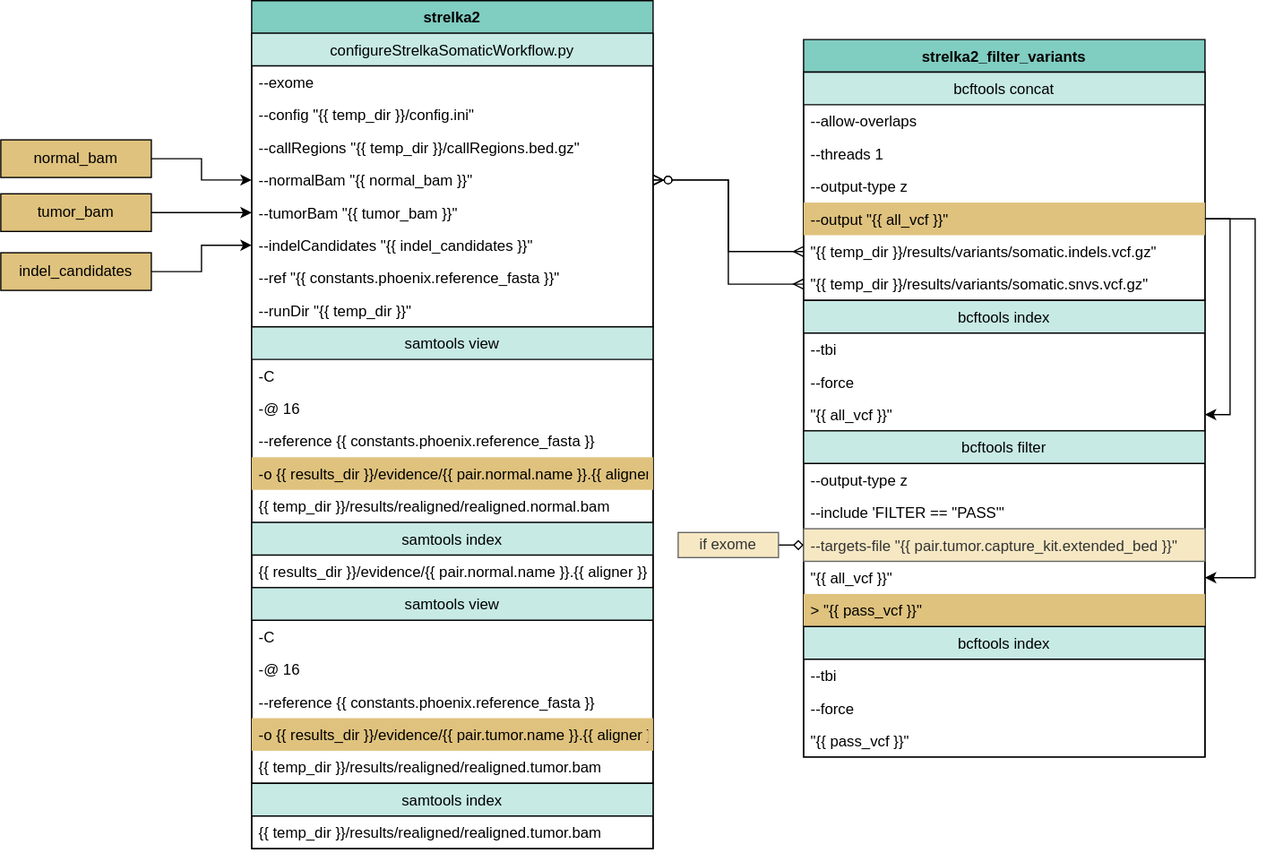
The draw.io diagram docs/source/phoenix/workflows/embed/Somatic_Strelka2.svg in bryce-turner/tgen-jetstream-docs, before a commit. Source tidied: cells renumbered, new cells last; positions are measured from the earlier drawing's top-left corner, leaving out a move shared by most shapes.
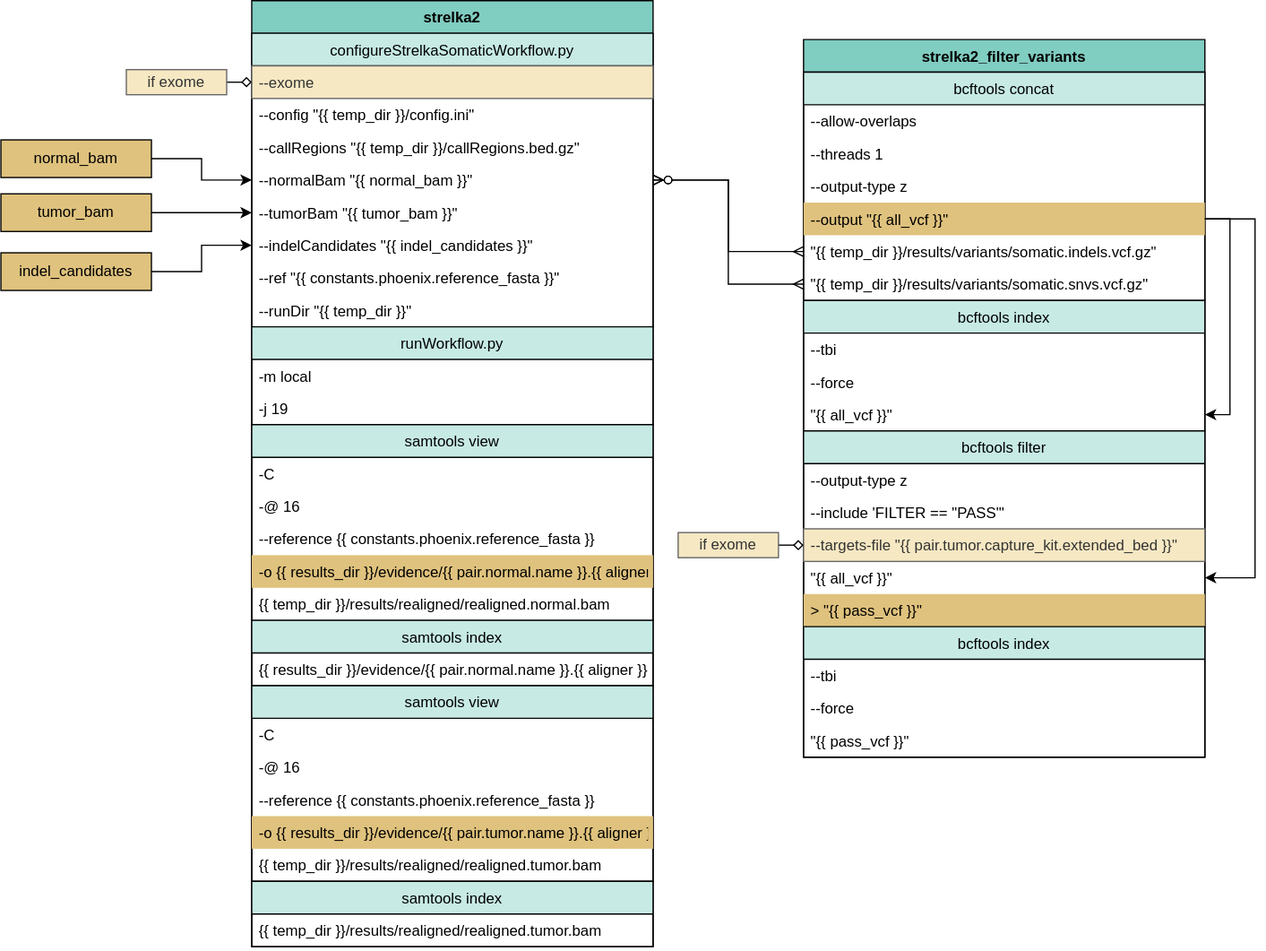
The same diagram one commit later.

What changed in the source:
```diff
@@ -2,50 +2,59 @@
   <root>
     <mxCell id="0" />
     <mxCell id="1" parent="0" />
-    <mxCell id="2" style="edgeStyle=orthogonalEdgeStyle;rounded=0;jettySize=auto;html=1;exitX=1;exitY=0.5;exitDx=0;exitDy=0;entryX=0;entryY=0.5;entryDx=0;entryDy=0;startArrow=none;startFill=0;endArrow=classic;endFill=1;" parent="1" edge="1" source="3" target="11">
+    <mxCell id="2" style="edgeStyle=orthogonalEdgeStyle;rounded=0;jettySize=auto;html=1;exitX=1;exitY=0.5;exitDx=0;exitDy=0;entryX=0;entryY=0.5;entryDx=0;entryDy=0;" parent="1" edge="1" source="3" target="11">
       <mxGeometry relative="1" as="geometry" />
     </mxCell>
     <mxCell id="3" value="normal_bam" style="whiteSpace=wrap;html=1;fillColor=#dfc27d;" parent="1" vertex="1">
       <mxGeometry y="111" width="120" height="30" as="geometry" />
     </mxCell>
-    <mxCell id="4" style="edgeStyle=orthogonalEdgeStyle;rounded=0;jettySize=auto;html=1;exitX=1;exitY=0.5;exitDx=0;exitDy=0;entryX=0;entryY=0.5;entryDx=0;entryDy=0;startArrow=none;startFill=0;endArrow=classic;endFill=1;" parent="1" edge="1" source="5" target="12">
+    <mxCell id="4" style="edgeStyle=orthogonalEdgeStyle;rounded=0;jettySize=auto;html=1;exitX=1;exitY=0.5;exitDx=0;exitDy=0;entryX=0;entryY=0.5;entryDx=0;entryDy=0;" parent="1" edge="1" source="5" target="12">
       <mxGeometry relative="1" as="geometry" />
     </mxCell>
     <mxCell id="5" value="tumor_bam" style="whiteSpace=wrap;html=1;fillColor=#dfc27d;" parent="1" vertex="1">
       <mxGeometry y="154" width="120" height="30" as="geometry" />
     </mxCell>
     <mxCell id="6" value="strelka2" style="swimlane;fontStyle=1;horizontal=1;startSize=26;fillColor=#80cdc1;direction=east;" parent="1" vertex="1">
-      <mxGeometry x="200" width="320" height="676" as="geometry" />
+      <mxGeometry x="200" width="320" height="754" as="geometry" />
     </mxCell>
-    <mxCell id="7" value="configureStrelkaSomaticWorkflow.py" style="swimlane;fontStyle=0;horizontal=1;startSize=26;fillColor=#c7eae5;" parent="6" vertex="1">
-      <mxGeometry y="26" width="320" height="234" as="geometry" />
-    </mxCell>
+    <mxCell id="62" value="configureStrelkaSomaticWorkflow.py" style="swimlane;fontStyle=0;horizontal=1;startSize=26;fillColor=#c7eae5;" parent="6" vertex="1">
+      <mxGeometry y="26" width="320" height="234" as="geometry" />
+    </mxCell>
-    <mxCell id="8" value="--exome" style="text;strokeColor=none;fillColor=none;align=left;verticalAlign=top;spacingLeft=4;spacingRight=4;overflow=hidden;points=[[0,0.5],[1,0.5]];portConstraint=eastwest;" parent="7" vertex="1">
+    <mxCell id="8" value="--exome" style="text;strokeColor=#666666;fillColor=#f6e8c3;align=left;verticalAlign=top;spacingLeft=4;spacingRight=4;overflow=hidden;points=[[0,0.5],[1,0.5]];portConstraint=eastwest;fontColor=#333333;" parent="62" vertex="1">
       <mxGeometry y="26" width="320" height="26" as="geometry" />
     </mxCell>
-    <mxCell id="9" value="--config &quot;{{ temp_dir }}/config.ini&quot;" style="text;strokeColor=none;fillColor=none;align=left;verticalAlign=top;spacingLeft=4;spacingRight=4;overflow=hidden;" parent="7" vertex="1">
+    <mxCell id="9" value="--config &quot;{{ temp_dir }}/config.ini&quot;" style="text;strokeColor=none;fillColor=none;align=left;verticalAlign=top;spacingLeft=4;spacingRight=4;overflow=hidden;" parent="62" vertex="1">
       <mxGeometry y="52" width="320" height="26" as="geometry" />
     </mxCell>
-    <mxCell id="10" value="--callRegions &quot;{{ temp_dir }}/callRegions.bed.gz&quot;" style="text;strokeColor=none;fillColor=none;align=left;verticalAlign=top;spacingLeft=4;spacingRight=4;overflow=hidden;" parent="7" vertex="1">
+    <mxCell id="10" value="--callRegions &quot;{{ temp_dir }}/callRegions.bed.gz&quot;" style="text;strokeColor=none;fillColor=none;align=left;verticalAlign=top;spacingLeft=4;spacingRight=4;overflow=hidden;" parent="62" vertex="1">
       <mxGeometry y="78" width="320" height="26" as="geometry" />
     </mxCell>
-    <mxCell id="11" value="--normalBam &quot;{{ normal_bam }}&quot;" style="text;strokeColor=none;fillColor=none;align=left;verticalAlign=top;spacingLeft=4;spacingRight=4;overflow=hidden;points=[[0,0.5],[1,0.5]];portConstraint=eastwest;" parent="7" vertex="1">
+    <mxCell id="11" value="--normalBam &quot;{{ normal_bam }}&quot;" style="text;strokeColor=none;fillColor=none;align=left;verticalAlign=top;spacingLeft=4;spacingRight=4;overflow=hidden;points=[[0,0.5],[1,0.5]];portConstraint=eastwest;" parent="62" vertex="1">
       <mxGeometry y="104" width="320" height="26" as="geometry" />
     </mxCell>
-    <mxCell id="12" value="--tumorBam &quot;{{ tumor_bam }}&quot;" style="text;strokeColor=none;fillColor=none;align=left;verticalAlign=top;spacingLeft=4;spacingRight=4;overflow=hidden;points=[[0,0.5],[1,0.5]];portConstraint=eastwest;" parent="7" vertex="1">
+    <mxCell id="12" value="--tumorBam &quot;{{ tumor_bam }}&quot;" style="text;strokeColor=none;fillColor=none;align=left;verticalAlign=top;spacingLeft=4;spacingRight=4;overflow=hidden;points=[[0,0.5],[1,0.5]];portConstraint=eastwest;" parent="62" vertex="1">
       <mxGeometry y="130" width="320" height="26" as="geometry" />
     </mxCell>
-    <mxCell id="13" value="--indelCandidates &quot;{{ indel_candidates }}&quot;" style="text;strokeColor=none;fillColor=none;align=left;verticalAlign=top;spacingLeft=4;spacingRight=4;overflow=hidden;points=[[0,0.5],[1,0.5]];portConstraint=eastwest;" parent="7" vertex="1">
+    <mxCell id="13" value="--indelCandidates &quot;{{ indel_candidates }}&quot;" style="text;strokeColor=none;fillColor=none;align=left;verticalAlign=top;spacingLeft=4;spacingRight=4;overflow=hidden;points=[[0,0.5],[1,0.5]];portConstraint=eastwest;" parent="62" vertex="1">
       <mxGeometry y="156" width="320" height="26" as="geometry" />
     </mxCell>
+    <mxCell id="63" value="--ref &quot;{{ constants.phoenix.reference_fasta }}&quot;" style="text;strokeColor=none;fillColor=none;align=left;verticalAlign=top;spacingLeft=4;spacingRight=4;overflow=hidden;" parent="62" vertex="1">
+      <mxGeometry y="182" width="320" height="26" as="geometry" />
+    </mxCell>
+    <mxCell id="64" value="--runDir &quot;{{ temp_dir }}&quot;" style="text;strokeColor=none;fillColor=none;align=left;verticalAlign=top;spacingLeft=4;spacingRight=4;overflow=hidden;" parent="62" vertex="1">
+      <mxGeometry y="208" width="320" height="26" as="geometry" />
+    </mxCell>
+    <mxCell id="7" value="runWorkflow.py" style="swimlane;fontStyle=0;horizontal=1;startSize=26;fillColor=#c7eae5;" parent="6" vertex="1">
+      <mxGeometry y="260" width="320" height="78" as="geometry" />
+    </mxCell>
-    <mxCell id="14" value="--ref &quot;{{ constants.phoenix.reference_fasta }}&quot;" style="text;strokeColor=none;fillColor=none;align=left;verticalAlign=top;spacingLeft=4;spacingRight=4;overflow=hidden;" parent="7" vertex="1">
-      <mxGeometry y="182" width="320" height="26" as="geometry" />
+    <mxCell id="14" value="-m local" style="text;strokeColor=none;fillColor=none;align=left;verticalAlign=top;spacingLeft=4;spacingRight=4;overflow=hidden;" parent="7" vertex="1">
+      <mxGeometry y="26" width="320" height="26" as="geometry" />
     </mxCell>
-    <mxCell id="15" value="--runDir &quot;{{ temp_dir }}&quot;" style="text;strokeColor=none;fillColor=none;align=left;verticalAlign=top;spacingLeft=4;spacingRight=4;overflow=hidden;" parent="7" vertex="1">
-      <mxGeometry y="208" width="320" height="26" as="geometry" />
+    <mxCell id="15" value="-j 19" style="text;strokeColor=none;fillColor=none;align=left;verticalAlign=top;spacingLeft=4;spacingRight=4;overflow=hidden;" parent="7" vertex="1">
+      <mxGeometry y="52" width="320" height="26" as="geometry" />
     </mxCell>
     <mxCell id="16" value="samtools view" style="swimlane;fontStyle=0;horizontal=1;startSize=26;fillColor=#c7eae5;" parent="6" vertex="1">
-      <mxGeometry y="260" width="320" height="156" as="geometry" />
+      <mxGeometry y="338" width="320" height="156" as="geometry" />
     </mxCell>
     <mxCell id="17" value="-C" style="text;strokeColor=none;fillColor=none;align=left;verticalAlign=top;spacingLeft=4;spacingRight=4;overflow=hidden;" parent="16" vertex="1">
       <mxGeometry y="26" width="320" height="26" as="geometry" />
@@ -63,13 +72,13 @@
       <mxGeometry y="130" width="320" height="26" as="geometry" />
     </mxCell>
     <mxCell id="22" value="samtools index" style="swimlane;fontStyle=0;horizontal=1;startSize=26;fillColor=#c7eae5;" parent="6" vertex="1">
-      <mxGeometry y="416" width="320" height="52" as="geometry" />
+      <mxGeometry y="494" width="320" height="52" as="geometry" />
     </mxCell>
     <mxCell id="23" value="{{ results_dir }}/evidence/{{ pair.normal.name }}.{{ aligner }}.strelka2.realigned.cram" style="text;strokeColor=none;fillColor=none;align=left;verticalAlign=top;spacingLeft=4;spacingRight=4;overflow=hidden;" parent="22" vertex="1">
       <mxGeometry y="26" width="320" height="26" as="geometry" />
     </mxCell>
     <mxCell id="24" value="samtools view" style="swimlane;fontStyle=0;horizontal=1;startSize=26;fillColor=#c7eae5;" parent="6" vertex="1">
-      <mxGeometry y="468" width="320" height="156" as="geometry" />
+      <mxGeometry y="546" width="320" height="156" as="geometry" />
     </mxCell>
     <mxCell id="25" value="-C" style="text;strokeColor=none;fillColor=none;align=left;verticalAlign=top;spacingLeft=4;spacingRight=4;overflow=hidden;" parent="24" vertex="1">
       <mxGeometry y="26" width="320" height="26" as="geometry" />
@@ -87,7 +96,7 @@
       <mxGeometry y="130" width="320" height="26" as="geometry" />
     </mxCell>
     <mxCell id="30" value="samtools index" style="swimlane;fontStyle=0;horizontal=1;startSize=26;fillColor=#c7eae5;" parent="6" vertex="1">
-      <mxGeometry y="624" width="320" height="52" as="geometry" />
+      <mxGeometry y="702" width="320" height="52" as="geometry" />
     </mxCell>
     <mxCell id="31" value="{{ temp_dir }}/results/realigned/realigned.tumor.bam" style="text;strokeColor=none;fillColor=none;align=left;verticalAlign=top;spacingLeft=4;spacingRight=4;overflow=hidden;" parent="30" vertex="1">
       <mxGeometry y="26" width="320" height="26" as="geometry" />
@@ -174,23 +183,29 @@
         </Array>
       </mxGeometry>
     </mxCell>
-    <mxCell id="56" style="edgeStyle=orthogonalEdgeStyle;rounded=0;jettySize=auto;html=1;exitX=1;exitY=0.5;exitDx=0;exitDy=0;entryX=0;entryY=0.5;entryDx=0;entryDy=0;startArrow=none;startFill=0;endArrow=classic;endFill=1;" parent="1" edge="1" source="57" target="13">
+    <mxCell id="56" style="edgeStyle=orthogonalEdgeStyle;rounded=0;jettySize=auto;html=1;exitX=1;exitY=0.5;exitDx=0;exitDy=0;entryX=0;entryY=0.5;entryDx=0;entryDy=0;" parent="1" edge="1" source="57" target="13">
       <mxGeometry relative="1" as="geometry" />
     </mxCell>
     <mxCell id="57" value="indel_candidates" style="whiteSpace=wrap;html=1;fillColor=#dfc27d;" parent="1" vertex="1">
       <mxGeometry y="201" width="120" height="30" as="geometry" />
     </mxCell>
+    <mxCell id="60" style="edgeStyle=orthogonalEdgeStyle;rounded=0;jettySize=auto;html=1;exitX=1;exitY=0.5;exitDx=0;exitDy=0;entryX=0;entryY=0.5;entryDx=0;entryDy=0;startArrow=none;startFill=0;endArrow=diamond;endFill=0;" parent="1" edge="1" source="61" target="47">
+      <mxGeometry relative="1" as="geometry" />
+    </mxCell>
+    <mxCell id="61" value="if exome" style="text;html=1;strokeColor=#666666;fillColor=#f6e8c3;align=center;verticalAlign=middle;whiteSpace=wrap;rounded=0;fontColor=#333333;" parent="1" vertex="1">
+      <mxGeometry x="540" y="424" width="80" height="20" as="geometry" />
+    </mxCell>
+    <mxCell id="65" style="edgeStyle=orthogonalEdgeStyle;rounded=0;jettySize=auto;html=1;exitX=1;exitY=0.5;exitDx=0;exitDy=0;startArrow=none;startFill=0;endArrow=diamond;endFill=0;entryX=0;entryY=0.5;entryDx=0;entryDy=0;" parent="1" edge="1" source="66" target="8">
+      <mxGeometry relative="1" as="geometry" />
+    </mxCell>
+    <mxCell id="66" value="if exome" style="text;html=1;strokeColor=#666666;fillColor=#f6e8c3;align=center;verticalAlign=middle;whiteSpace=wrap;rounded=0;fontColor=#333333;" parent="1" vertex="1">
+      <mxGeometry x="100" y="55" width="80" height="20" as="geometry" />
+    </mxCell>
-    <mxCell id="58" style="edgeStyle=orthogonalEdgeStyle;rounded=0;jettySize=auto;html=1;exitX=1;exitY=0.5;exitDx=0;exitDy=0;entryX=0;entryY=0.5;entryDx=0;entryDy=0;startArrow=ERzeroToMany;startFill=1;endArrow=ERmany;endFill=0;" parent="1" edge="1" source="11" target="38">
+    <mxCell id="58" style="edgeStyle=orthogonalEdgeStyle;rounded=0;jettySize=auto;html=1;exitX=1;exitY=0.5;exitDx=0;exitDy=0;entryX=0;entryY=0.5;entryDx=0;entryDy=0;endArrow=ERmany;endFill=0;startArrow=ERzeroToMany;startFill=1;" parent="1" edge="1" source="11" target="38">
       <mxGeometry relative="1" as="geometry" />
     </mxCell>
-    <mxCell id="59" style="edgeStyle=orthogonalEdgeStyle;rounded=0;jettySize=auto;html=1;exitX=1;exitY=0.5;exitDx=0;exitDy=0;entryX=0;entryY=0.5;entryDx=0;entryDy=0;startArrow=ERzeroToMany;startFill=1;endArrow=ERmany;endFill=0;" parent="1" edge="1" source="11" target="39">
+    <mxCell id="59" style="edgeStyle=orthogonalEdgeStyle;rounded=0;jettySize=auto;html=1;exitX=1;exitY=0.5;exitDx=0;exitDy=0;entryX=0;entryY=0.5;entryDx=0;entryDy=0;endArrow=ERmany;endFill=0;startArrow=ERzeroToMany;startFill=1;" parent="1" edge="1" source="11" target="39">
       <mxGeometry relative="1" as="geometry" />
     </mxCell>
-    <mxCell id="60" style="edgeStyle=orthogonalEdgeStyle;rounded=0;jettySize=auto;html=1;exitX=1;exitY=0.5;exitDx=0;exitDy=0;entryX=0;entryY=0.5;entryDx=0;entryDy=0;startArrow=none;startFill=0;endArrow=diamond;endFill=0;" parent="1" edge="1" source="61" target="47">
-      <mxGeometry relative="1" as="geometry" />
-    </mxCell>
-    <mxCell id="61" value="if exome" style="text;html=1;strokeColor=#666666;fillColor=#f6e8c3;align=center;verticalAlign=middle;whiteSpace=wrap;rounded=0;fontColor=#333333;" parent="1" vertex="1">
-      <mxGeometry x="540" y="424" width="80" height="20" as="geometry" />
-    </mxCell>
   </root>
 </mxGraphModel>
```
